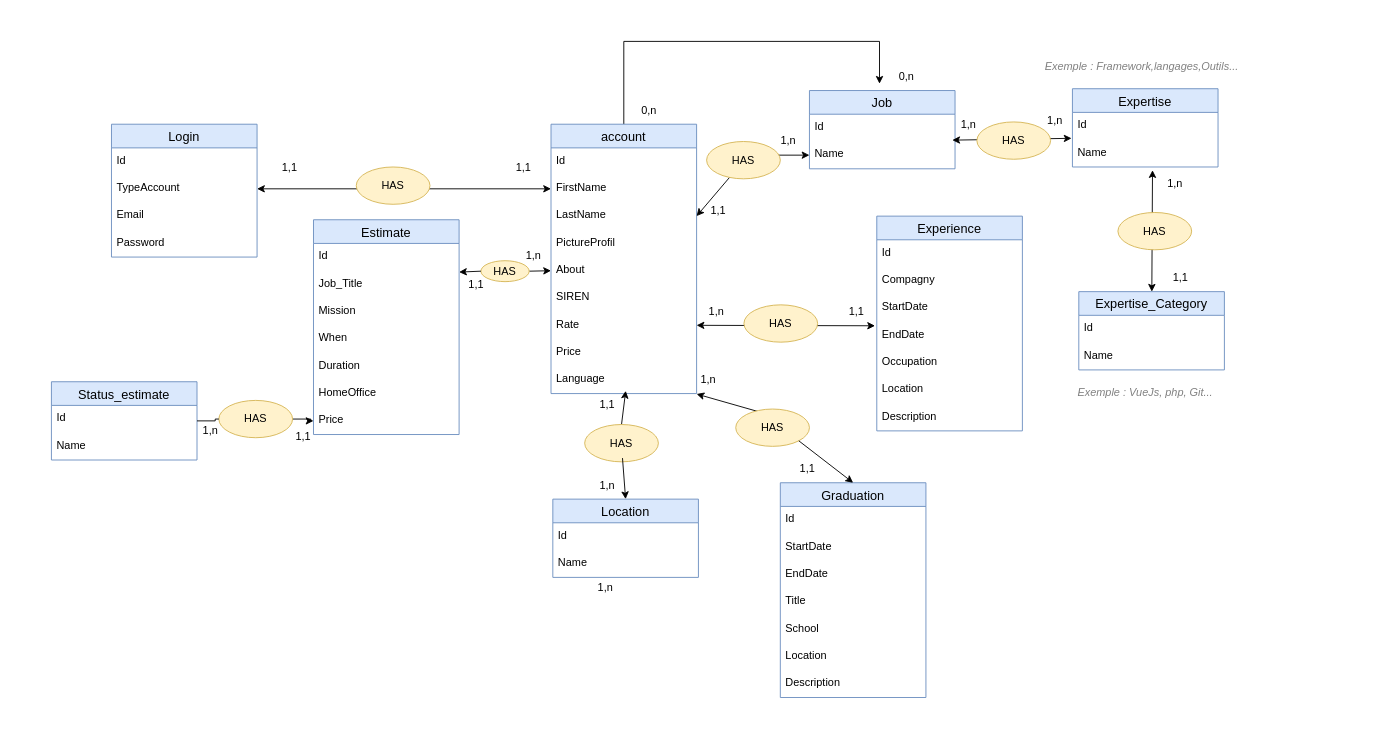
Earlier version of the draw.io diagram page "MCD" (1 of 2) of Mcd_Mld.drawio (Nyaraa-2/take_off_bdd). Source tidied: cells renumbered, new cells numbered last; positions are measured from the earlier drawing's top-left corner, leaving out a move shared by most shapes. Both pictures are drawn from the tidied source at 91%, with x=0, y=0 at pixel (51, 41).
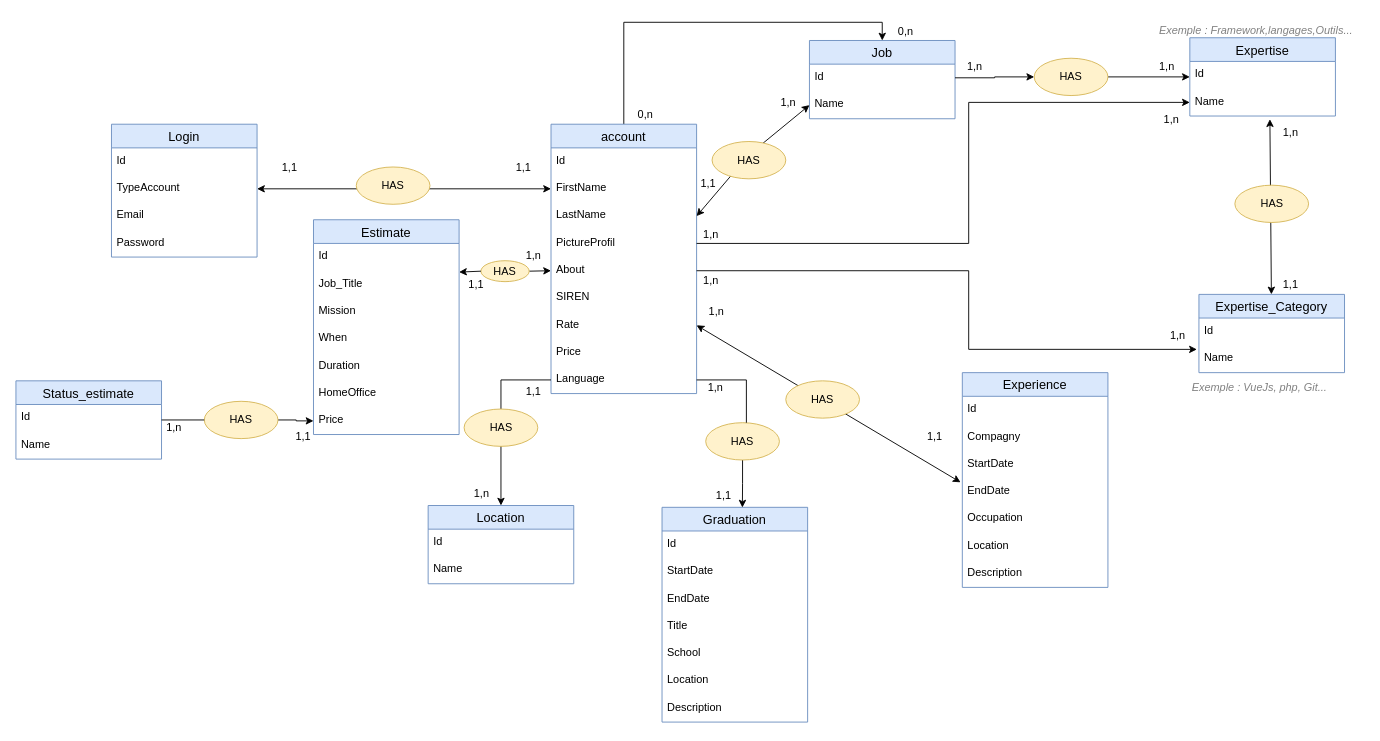
Above is the later version.

Unchanged cells that the change refers to:
```xml
<mxCell id="6" value="Id" style="text;strokeColor=none;fillColor=none;spacingLeft=4;spacingRight=4;overflow=hidden;points=[[0,0.5],[1,0.5]];portConstraint=eastwest;fontSize=12;" parent="5" vertex="1">
  <mxGeometry y="26" width="160" height="30" as="geometry" />
</mxCell>
<mxCell id="7" value="Name" style="text;strokeColor=none;fillColor=none;spacingLeft=4;spacingRight=4;overflow=hidden;points=[[0,0.5],[1,0.5]];portConstraint=eastwest;fontSize=12;" parent="5" vertex="1">
  <mxGeometry y="56" width="160" height="30" as="geometry" />
</mxCell>
<mxCell id="9" value="account" style="swimlane;fontStyle=0;horizontal=1;startSize=26;align=center;fontSize=14;fillColor=#dae8fc;strokeColor=#6c8ebf;" parent="1" vertex="1">
  <mxGeometry x="549" y="91" width="160" height="296" as="geometry" />
</mxCell>
<mxCell id="13" value="PictureProfil" style="text;strokeColor=none;fillColor=none;spacingLeft=4;spacingRight=4;overflow=hidden;points=[[0,0.5],[1,0.5]];portConstraint=eastwest;fontSize=12;" parent="9" vertex="1">
  <mxGeometry y="116" width="160" height="30" as="geometry" />
</mxCell>
<mxCell id="14" value="About" style="text;strokeColor=none;fillColor=none;spacingLeft=4;spacingRight=4;overflow=hidden;points=[[0,0.5],[1,0.5]];portConstraint=eastwest;fontSize=12;" parent="9" vertex="1">
  <mxGeometry y="146" width="160" height="30" as="geometry" />
</mxCell>
<mxCell id="18" value="Language" style="text;strokeColor=none;fillColor=none;spacingLeft=4;spacingRight=4;overflow=hidden;points=[[0,0.5],[1,0.5]];portConstraint=eastwest;fontSize=12;" parent="9" vertex="1">
  <mxGeometry y="266" width="160" height="30" as="geometry" />
</mxCell>
<mxCell id="33" value="Id" style="text;strokeColor=none;fillColor=none;spacingLeft=4;spacingRight=4;overflow=hidden;points=[[0,0.5],[1,0.5]];portConstraint=eastwest;fontSize=12;" parent="32" vertex="1">
  <mxGeometry y="26" width="160" height="30" as="geometry" />
</mxCell>
<mxCell id="34" value="Name" style="text;strokeColor=none;fillColor=none;spacingLeft=4;spacingRight=4;overflow=hidden;points=[[0,0.5],[1,0.5]];portConstraint=eastwest;fontSize=12;" parent="32" vertex="1">
  <mxGeometry y="56" width="160" height="30" as="geometry" />
</mxCell>
<mxCell id="37" value="Name" style="text;strokeColor=none;fillColor=none;spacingLeft=4;spacingRight=4;overflow=hidden;points=[[0,0.5],[1,0.5]];portConstraint=eastwest;fontSize=12;" parent="35" vertex="1">
  <mxGeometry y="56" width="160" height="30" as="geometry" />
</mxCell>
```

What changed in the source:
```diff
@@
     <mxCell id="2" value="Location" style="swimlane;fontStyle=0;horizontal=1;startSize=26;align=center;fontSize=14;fillColor=#dae8fc;strokeColor=#6c8ebf;" parent="1" vertex="1">
-      <mxGeometry x="551" y="503" width="160" height="86" as="geometry" />
+      <mxGeometry x="414" y="510" width="160" height="86" as="geometry" />
     </mxCell>
@@
     <mxCell id="5" value="Job" style="swimlane;fontStyle=0;horizontal=1;startSize=26;align=center;fontSize=14;fillColor=#dae8fc;strokeColor=#6c8ebf;" parent="1" vertex="1">
-      <mxGeometry x="833" y="54" width="160" height="86" as="geometry" />
+      <mxGeometry x="833" y="-1" width="160" height="86" as="geometry" />
     </mxCell>
@@
-    <mxCell id="8" style="edgeStyle=orthogonalEdgeStyle;rounded=0;jettySize=auto;html=1;entryX=0;entryY=0.75;entryDx=0;entryDy=0;" parent="1" edge="1" source="9" target="92">
-      <mxGeometry relative="1" as="geometry">
-        <Array as="points">
-          <mxPoint x="629" />
-          <mxPoint x="910" />
-        </Array>
-      </mxGeometry>
-    </mxCell>
+    <mxCell id="102" style="edgeStyle=orthogonalEdgeStyle;rounded=0;jettySize=auto;html=1;exitX=0.5;exitY=0;exitDx=0;exitDy=0;entryX=0.5;entryY=0;entryDx=0;entryDy=0;" parent="1" edge="1" source="9" target="5">
+      <mxGeometry relative="1" as="geometry" />
+    </mxCell>
@@
     <mxCell id="24" value="Experience" style="swimlane;fontStyle=0;horizontal=1;startSize=26;align=center;fontSize=14;fillColor=#dae8fc;strokeColor=#6c8ebf;" parent="1" vertex="1">
-      <mxGeometry x="907" y="192" width="160" height="236" as="geometry" />
+      <mxGeometry x="1001" y="364" width="160" height="236" as="geometry" />
     </mxCell>
@@
     <mxCell id="32" value="Expertise" style="swimlane;fontStyle=0;horizontal=1;startSize=26;align=center;fontSize=14;fillColor=#dae8fc;strokeColor=#6c8ebf;" parent="1" vertex="1">
-      <mxGeometry x="1122" y="52" width="160" height="86" as="geometry" />
+      <mxGeometry x="1251" y="-4" width="160" height="86" as="geometry" />
     </mxCell>
@@
     <mxCell id="35" value="Expertise_Category" style="swimlane;fontStyle=0;horizontal=1;startSize=26;align=center;fontSize=14;fillColor=#dae8fc;strokeColor=#6c8ebf;" parent="1" vertex="1">
-      <mxGeometry x="1129" y="275" width="160" height="86" as="geometry" />
+      <mxGeometry x="1261" y="278" width="160" height="86" as="geometry" />
     </mxCell>
@@
     <mxCell id="38" value="Exemple : Framework,langages,Outils..." style="text;strokeColor=none;fillColor=none;spacingLeft=4;spacingRight=4;overflow=hidden;fontSize=12;fontColor=#808080;fontStyle=2;" parent="1" vertex="1">
-      <mxGeometry x="1086" y="14" width="232" height="30" as="geometry" />
+      <mxGeometry x="1211.5" y="-26" width="232" height="30" as="geometry" />
     </mxCell>
     <mxCell id="39" value="Exemple : VueJs, php, Git..." style="text;strokeColor=none;fillColor=none;spacingLeft=4;spacingRight=4;overflow=hidden;fontSize=12;fontColor=#808080;fontStyle=2;" parent="1" vertex="1">
-      <mxGeometry x="1122" y="372" width="196" height="30" as="geometry" />
+      <mxGeometry x="1247.5" y="367" width="196" height="30" as="geometry" />
     </mxCell>
     <mxCell id="40" value="Graduation" style="swimlane;fontStyle=0;horizontal=1;startSize=26;align=center;fontSize=14;fillColor=#dae8fc;strokeColor=#6c8ebf;" parent="1" vertex="1">
-      <mxGeometry x="801" y="485" width="160" height="236" as="geometry" />
+      <mxGeometry x="671" y="512" width="160" height="236" as="geometry" />
     </mxCell>
@@
-    <mxCell id="58" style="endArrow=classic;startArrow=none;html=1;rounded=0;fontColor=#808080;exitX=0.305;exitY=0.068;exitDx=0;exitDy=0;entryX=1;entryY=1.017;entryDx=0;entryDy=0;entryPerimeter=0;exitPerimeter=0;" parent="1" edge="1" source="88" target="18">
-      <mxGeometry relative="1" as="geometry" />
-    </mxCell>
@@
-    <mxCell id="61" style="endArrow=classic;startArrow=none;html=1;rounded=0;fontColor=#808080;exitX=0.5;exitY=0;exitDx=0;exitDy=0;entryX=0.513;entryY=0.9;entryDx=0;entryDy=0;entryPerimeter=0;" parent="1" edge="1" source="84" target="18">
-      <mxGeometry relative="1" as="geometry" />
-    </mxCell>
@@
     <mxCell id="65" value="1,1" style="text;html=1;strokeColor=none;fillColor=none;align=center;verticalAlign=middle;whiteSpace=wrap;rounded=0;fontColor=#000000;" parent="1" vertex="1">
-      <mxGeometry x="581" y="384" width="60" height="30" as="geometry" />
+      <mxGeometry x="500" y="370" width="60" height="30" as="geometry" />
     </mxCell>
-    <mxCell id="66" value="1,n" style="text;html=1;strokeColor=none;fillColor=none;align=center;verticalAlign=middle;whiteSpace=wrap;rounded=0;fontColor=#000000;" parent="1" vertex="1">
-      <mxGeometry x="581" y="473" width="60" height="30" as="geometry" />
-    </mxCell>
     <mxCell id="67" value="1,n" style="text;html=1;strokeColor=none;fillColor=none;align=center;verticalAlign=middle;whiteSpace=wrap;rounded=0;fontColor=#000000;" parent="1" vertex="1">
-      <mxGeometry x="579" y="585" width="60" height="30" as="geometry" />
+      <mxGeometry x="443" y="482" width="60" height="30" as="geometry" />
     </mxCell>
     <mxCell id="68" value="1,1" style="text;html=1;strokeColor=none;fillColor=none;align=center;verticalAlign=middle;whiteSpace=wrap;rounded=0;fontColor=#000000;" parent="1" vertex="1">
-      <mxGeometry x="801" y="455" width="60" height="30" as="geometry" />
+      <mxGeometry x="709" y="484" width="60" height="30" as="geometry" />
     </mxCell>
     <mxCell id="69" value="1,n" style="text;html=1;strokeColor=none;fillColor=none;align=center;verticalAlign=middle;whiteSpace=wrap;rounded=0;fontColor=#000000;" parent="1" vertex="1">
-      <mxGeometry x="701" y="364" width="42" height="16" as="geometry" />
+      <mxGeometry x="709" y="373" width="42" height="16" as="geometry" />
     </mxCell>
@@
     <mxCell id="71" value="1,1" style="text;html=1;strokeColor=none;fillColor=none;align=center;verticalAlign=middle;whiteSpace=wrap;rounded=0;fontColor=#000000;" parent="1" vertex="1">
-      <mxGeometry x="855" y="282" width="60" height="30" as="geometry" />
+      <mxGeometry x="941" y="419" width="60" height="30" as="geometry" />
     </mxCell>
     <mxCell id="72" value="1,1" style="text;html=1;strokeColor=none;fillColor=none;align=center;verticalAlign=middle;whiteSpace=wrap;rounded=0;fontColor=#000000;" parent="1" vertex="1">
-      <mxGeometry x="703" y="171" width="60" height="30" as="geometry" />
+      <mxGeometry x="701" y="146" width="42" height="20" as="geometry" />
     </mxCell>
@@
     <mxCell id="74" value="1,n" style="text;html=1;strokeColor=none;fillColor=none;align=center;verticalAlign=middle;whiteSpace=wrap;rounded=0;fontColor=#000000;" parent="1" vertex="1">
-      <mxGeometry x="780" y="94" width="60" height="30" as="geometry" />
+      <mxGeometry x="780" y="52" width="60" height="30" as="geometry" />
     </mxCell>
-    <mxCell id="75" style="endArrow=classic;startArrow=classic;html=1;rounded=0;fontColor=#808080;entryX=-0.006;entryY=0.95;entryDx=0;entryDy=0;entryPerimeter=0;exitX=0.981;exitY=-0.05;exitDx=0;exitDy=0;exitPerimeter=0;" parent="1" edge="1" source="7" target="33">
-      <mxGeometry relative="1" as="geometry" />
-    </mxCell>
@@
     <mxCell id="77" value="1,n" style="text;html=1;strokeColor=none;fillColor=none;align=center;verticalAlign=middle;whiteSpace=wrap;rounded=0;fontColor=#000000;" parent="1" vertex="1">
-      <mxGeometry x="978" y="77" width="60" height="30" as="geometry" />
+      <mxGeometry x="985" y="13" width="60" height="30" as="geometry" />
     </mxCell>
     <mxCell id="78" value="1,n" style="text;html=1;strokeColor=none;fillColor=none;align=center;verticalAlign=middle;whiteSpace=wrap;rounded=0;fontColor=#000000;" parent="1" vertex="1">
-      <mxGeometry x="1073" y="72" width="60" height="30" as="geometry" />
+      <mxGeometry x="1196" y="13" width="60" height="30" as="geometry" />
     </mxCell>
     <mxCell id="79" value="1,n" style="text;html=1;strokeColor=none;fillColor=none;align=center;verticalAlign=middle;whiteSpace=wrap;rounded=0;fontColor=#000000;" parent="1" vertex="1">
-      <mxGeometry x="1205" y="141" width="60" height="30" as="geometry" />
+      <mxGeometry x="1332" y="85" width="60" height="30" as="geometry" />
     </mxCell>
     <mxCell id="80" value="1,1" style="text;html=1;strokeColor=none;fillColor=none;align=center;verticalAlign=middle;whiteSpace=wrap;rounded=0;fontColor=#000000;" parent="1" vertex="1">
-      <mxGeometry x="1211" y="245" width="60" height="30" as="geometry" />
+      <mxGeometry x="1332" y="252" width="60" height="30" as="geometry" />
     </mxCell>
@@
-    <mxCell id="84" value="HAS" style="ellipse;whiteSpace=wrap;html=1;fillColor=#fff2cc;strokeColor=#d6b656;" parent="1" vertex="1">
-      <mxGeometry x="586" y="421" width="81" height="41" as="geometry" />
-    </mxCell>
-    <mxCell id="85" style="endArrow=none;startArrow=classic;html=1;rounded=0;fontColor=#808080;exitX=0.5;exitY=0;exitDx=0;exitDy=0;entryX=0.513;entryY=0.9;entryDx=0;entryDy=0;entryPerimeter=0;" parent="1" edge="1" source="2" target="84">
-      <mxGeometry relative="1" as="geometry" />
-    </mxCell>
     <mxCell id="86" value="HAS" style="ellipse;whiteSpace=wrap;html=1;fillColor=#fff2cc;strokeColor=#d6b656;" parent="1" vertex="1">
-      <mxGeometry x="720" y="110" width="81" height="41" as="geometry" />
+      <mxGeometry x="726" y="110" width="81" height="41" as="geometry" />
     </mxCell>
     <mxCell id="87" value="HAS" style="ellipse;whiteSpace=wrap;html=1;fillColor=#fff2cc;strokeColor=#d6b656;" parent="1" vertex="1">
-      <mxGeometry x="761" y="289.5" width="81" height="41" as="geometry" />
+      <mxGeometry x="807" y="373" width="81" height="41" as="geometry" />
     </mxCell>
-    <mxCell id="88" value="HAS" style="ellipse;whiteSpace=wrap;html=1;fillColor=#fff2cc;strokeColor=#d6b656;" parent="1" vertex="1">
-      <mxGeometry x="752" y="404" width="81" height="41" as="geometry" />
-    </mxCell>
-    <mxCell id="89" style="endArrow=none;startArrow=classic;html=1;rounded=0;fontColor=#808080;exitX=0.5;exitY=0;exitDx=0;exitDy=0;entryX=1;entryY=1;entryDx=0;entryDy=0;" parent="1" edge="1" source="40" target="88">
-      <mxGeometry relative="1" as="geometry" />
-    </mxCell>
+    <mxCell id="103" style="edgeStyle=orthogonalEdgeStyle;rounded=0;jettySize=auto;html=1;entryX=0;entryY=0.5;entryDx=0;entryDy=0;" parent="1" edge="1" source="90" target="32">
+      <mxGeometry relative="1" as="geometry" />
+    </mxCell>
     <mxCell id="90" value="HAS" style="ellipse;whiteSpace=wrap;html=1;fillColor=#fff2cc;strokeColor=#d6b656;" parent="1" vertex="1">
-      <mxGeometry x="1017" y="88.5" width="81" height="41" as="geometry" />
+      <mxGeometry x="1080" y="18.5" width="81" height="41" as="geometry" />
     </mxCell>
     <mxCell id="91" value="HAS" style="ellipse;whiteSpace=wrap;html=1;fillColor=#fff2cc;strokeColor=#d6b656;" parent="1" vertex="1">
-      <mxGeometry x="1172" y="188" width="81" height="41" as="geometry" />
+      <mxGeometry x="1300.5" y="158" width="81" height="41" as="geometry" />
     </mxCell>
     <mxCell id="92" value="0,n" style="text;html=1;strokeColor=none;fillColor=none;align=center;verticalAlign=middle;whiteSpace=wrap;rounded=0;fontColor=#000000;" parent="1" vertex="1">
-      <mxGeometry x="910" y="24" width="60" height="30" as="geometry" />
+      <mxGeometry x="909" y="-26" width="60" height="30" as="geometry" />
     </mxCell>
     <mxCell id="93" value="0,n" style="text;html=1;strokeColor=none;fillColor=none;align=center;verticalAlign=middle;whiteSpace=wrap;rounded=0;fontColor=#000000;" parent="1" vertex="1">
-      <mxGeometry x="627" y="61" width="60" height="30" as="geometry" />
+      <mxGeometry x="623" y="66" width="60" height="30" as="geometry" />
     </mxCell>
@@
     <mxCell id="95" value="Status_estimate" style="swimlane;fontStyle=0;horizontal=1;startSize=26;align=center;fontSize=14;fillColor=#dae8fc;strokeColor=#6c8ebf;" parent="1" vertex="1">
-      <mxGeometry y="374" width="160" height="86" as="geometry" />
+      <mxGeometry x="-39" y="373" width="160" height="86" as="geometry" />
     </mxCell>
@@
     <mxCell id="99" value="1,n" style="text;html=1;strokeColor=none;fillColor=none;align=center;verticalAlign=middle;whiteSpace=wrap;rounded=0;fontColor=#000000;" parent="1" vertex="1">
-      <mxGeometry x="145" y="413" width="60" height="30" as="geometry" />
+      <mxGeometry x="105" y="409.5" width="60" height="30" as="geometry" />
     </mxCell>
     <mxCell id="100" value="HAS" style="ellipse;whiteSpace=wrap;html=1;fillColor=#fff2cc;strokeColor=#d6b656;" parent="1" vertex="1">
-      <mxGeometry x="184" y="394.5" width="81" height="41" as="geometry" />
+      <mxGeometry x="168" y="395.5" width="81" height="41" as="geometry" />
     </mxCell>
@@
+    <mxCell id="104" style="edgeStyle=orthogonalEdgeStyle;rounded=0;jettySize=auto;html=1;entryX=0;entryY=0.5;entryDx=0;entryDy=0;" parent="1" edge="1" source="6" target="90">
+      <mxGeometry relative="1" as="geometry" />
+    </mxCell>
+    <mxCell id="105" value="1,n" style="text;html=1;strokeColor=none;fillColor=none;align=center;verticalAlign=middle;whiteSpace=wrap;rounded=0;fontColor=#000000;" parent="1" vertex="1">
+      <mxGeometry x="1208" y="309" width="60" height="30" as="geometry" />
+    </mxCell>
+    <mxCell id="106" value="1,n" style="text;html=1;strokeColor=none;fillColor=none;align=center;verticalAlign=middle;whiteSpace=wrap;rounded=0;fontColor=#000000;" parent="1" vertex="1">
+      <mxGeometry x="695" y="248" width="60" height="30" as="geometry" />
+    </mxCell>
+    <mxCell id="107" value="1,n" style="text;html=1;strokeColor=none;fillColor=none;align=center;verticalAlign=middle;whiteSpace=wrap;rounded=0;fontColor=#000000;" parent="1" vertex="1">
+      <mxGeometry x="1201" y="71" width="60" height="30" as="geometry" />
+    </mxCell>
+    <mxCell id="108" style="edgeStyle=orthogonalEdgeStyle;rounded=0;jettySize=auto;html=1;exitX=1;exitY=0.5;exitDx=0;exitDy=0;entryX=-0.014;entryY=0.148;entryDx=0;entryDy=0;entryPerimeter=0;" parent="1" edge="1" source="14" target="37">
+      <mxGeometry relative="1" as="geometry">
+        <Array as="points">
+          <mxPoint x="1008" y="252" />
+          <mxPoint x="1008" y="338" />
+        </Array>
+      </mxGeometry>
+    </mxCell>
+    <mxCell id="109" style="edgeStyle=orthogonalEdgeStyle;rounded=0;jettySize=auto;html=1;exitX=1;exitY=0.5;exitDx=0;exitDy=0;entryX=0;entryY=0.5;entryDx=0;entryDy=0;" parent="1" edge="1" source="13" target="34">
+      <mxGeometry relative="1" as="geometry">
+        <Array as="points">
+          <mxPoint x="1008" y="222" />
+          <mxPoint x="1008" y="67" />
+        </Array>
+      </mxGeometry>
+    </mxCell>
+    <mxCell id="110" value="1,n" style="text;html=1;strokeColor=none;fillColor=none;align=center;verticalAlign=middle;whiteSpace=wrap;rounded=0;fontColor=#000000;" parent="1" vertex="1">
+      <mxGeometry x="695" y="197" width="60" height="30" as="geometry" />
+    </mxCell>
+    <mxCell id="111" style="edgeStyle=orthogonalEdgeStyle;rounded=0;jettySize=auto;html=1;entryX=0.5;entryY=0;entryDx=0;entryDy=0;" parent="1" edge="1" source="18" target="2">
+      <mxGeometry relative="1" as="geometry" />
+    </mxCell>
+    <mxCell id="112" value="HAS" style="ellipse;whiteSpace=wrap;html=1;fillColor=#fff2cc;strokeColor=#d6b656;" parent="1" vertex="1">
+      <mxGeometry x="453.5" y="404" width="81" height="41" as="geometry" />
+    </mxCell>
+    <mxCell id="113" style="edgeStyle=orthogonalEdgeStyle;rounded=0;jettySize=auto;html=1;entryX=0.552;entryY=0.001;entryDx=0;entryDy=0;entryPerimeter=0;startArrow=none;" parent="1" edge="1" source="114" target="40">
+      <mxGeometry relative="1" as="geometry" />
+    </mxCell>
+    <mxCell id="114" value="HAS" style="ellipse;whiteSpace=wrap;html=1;fillColor=#fff2cc;strokeColor=#d6b656;" parent="1" vertex="1">
+      <mxGeometry x="719" y="419" width="81" height="41" as="geometry" />
+    </mxCell>
+    <mxCell id="115" style="edgeStyle=orthogonalEdgeStyle;rounded=0;jettySize=auto;html=1;entryX=0.552;entryY=0.001;entryDx=0;entryDy=0;entryPerimeter=0;endArrow=none;" parent="1" edge="1" source="18" target="114">
+      <mxGeometry relative="1" as="geometry" />
+    </mxCell>
```
